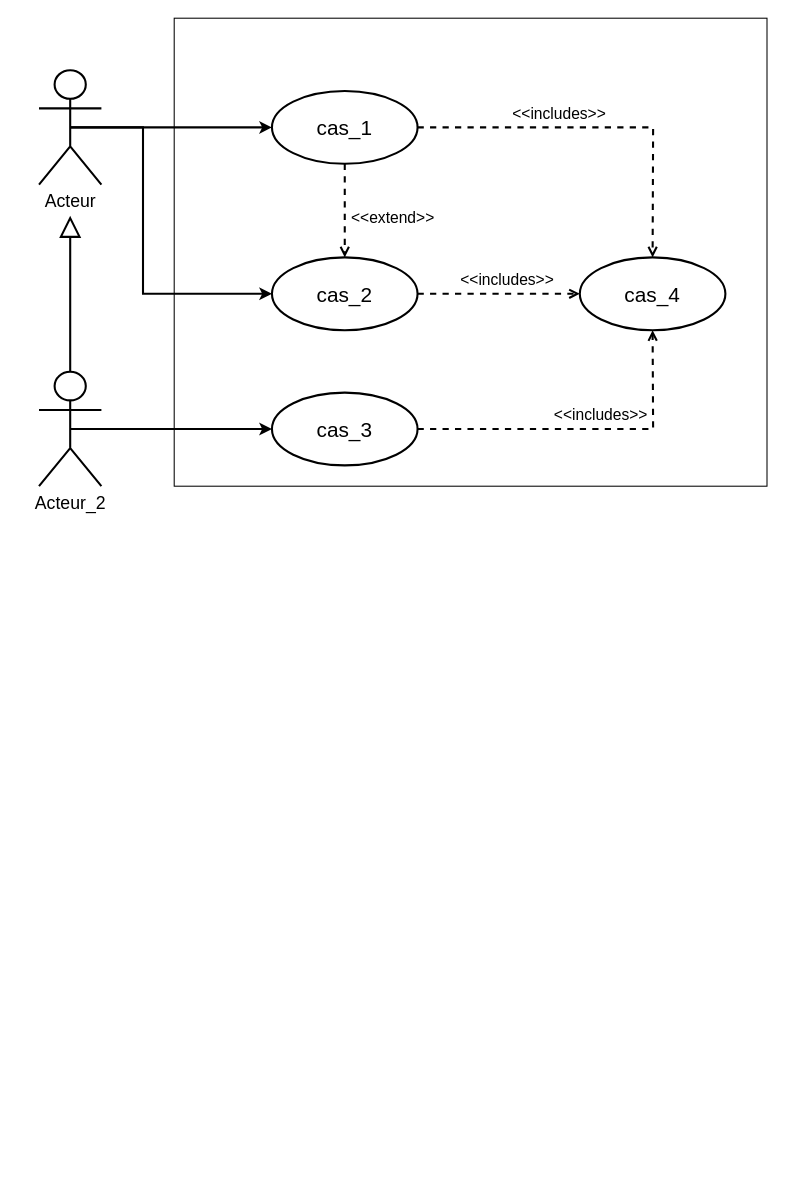
The draw.io diagram res/formalisme.drawio in Meshavegas/Fadhyl-Store, before the edit. Source tidied: cells renumbered, new cells numbered last; positions are measured from the earlier drawing's top-left corner, leaving out a move shared by most shapes. Both pictures are drawn from the tidied source at 104%, with x=0, y=0 at pixel (38, 18).
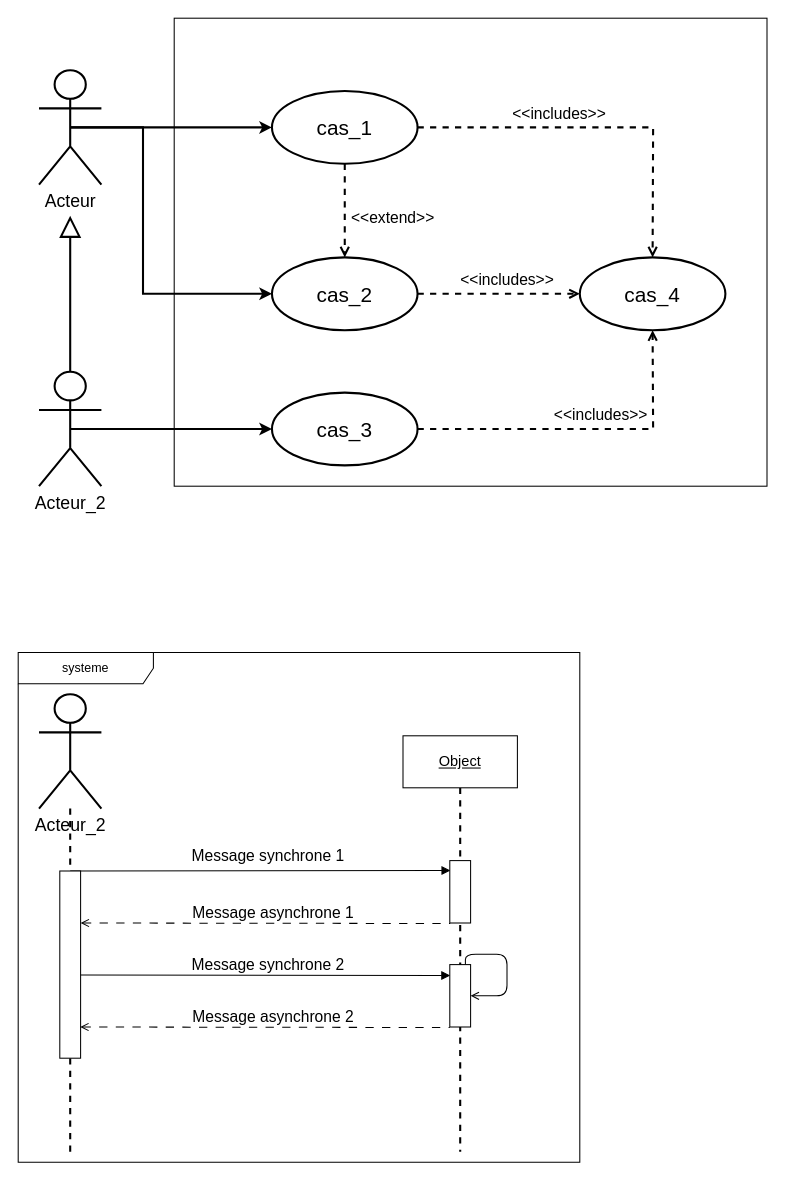
The same page after the edit.

Change to the diagram source:
```diff
@@
+    <mxCell id="21" style="edgeStyle=orthogonalEdgeStyle;rounded=0;jettySize=auto;html=1;strokeWidth=2;dashed=1;endArrow=none;endFill=0;" parent="1" edge="1" source="29">
+      <mxGeometry relative="1" as="geometry">
+        <mxPoint x="30" y="1090" as="targetPoint" />
+      </mxGeometry>
+    </mxCell>
+    <mxCell id="22" value="&lt;font style=&quot;font-size: 17px;&quot;&gt;Acteur_2&lt;/font&gt;" style="shape=umlActor;verticalLabelPosition=bottom;verticalAlign=top;html=1;strokeWidth=2;" parent="1" vertex="1">
+      <mxGeometry y="650" width="60" height="110" as="geometry" />
+    </mxCell>
+    <mxCell id="23" style="edgeStyle=orthogonalEdgeStyle;rounded=0;jettySize=auto;html=1;exitX=0.5;exitY=1;exitDx=0;exitDy=0;strokeWidth=2;dashed=1;endArrow=none;endFill=0;" parent="1" edge="1" source="24">
+      <mxGeometry relative="1" as="geometry">
+        <mxPoint x="405" y="1090" as="targetPoint" />
+      </mxGeometry>
+    </mxCell>
+    <mxCell id="24" value="&lt;font style=&quot;font-size: 14px;&quot;&gt;&lt;u&gt;Object&lt;/u&gt;&lt;/font&gt;" style="html=1;whiteSpace=wrap;" parent="1" vertex="1">
+      <mxGeometry x="350" y="690" width="110" height="50" as="geometry" />
+    </mxCell>
+    <mxCell id="25" style="endArrow=block;html=1;rounded=0;entryX=0.029;entryY=0.159;entryDx=0;entryDy=0;entryPerimeter=0;endFill=1;" parent="1" edge="1" target="26">
+      <mxGeometry relative="1" as="geometry">
+        <mxPoint x="30" y="820" as="sourcePoint" />
+      </mxGeometry>
+    </mxCell>
+    <mxCell id="26" style="rounded=0;whiteSpace=wrap;html=1;" parent="1" vertex="1">
+      <mxGeometry x="395" y="810" width="20" height="60" as="geometry" />
+    </mxCell>
+    <mxCell id="27" style="endArrow=none;html=1;rounded=0;entryX=0.029;entryY=0.159;entryDx=0;entryDy=0;entryPerimeter=0;startArrow=open;startFill=0;endFill=0;dashed=1;dashPattern=8 8;" parent="1" edge="1">
+      <mxGeometry relative="1" as="geometry">
+        <mxPoint x="40" y="870" as="sourcePoint" />
+        <mxPoint x="395.4" y="870.5" as="targetPoint" />
+      </mxGeometry>
+    </mxCell>
+    <mxCell id="28" style="edgeStyle=orthogonalEdgeStyle;rounded=0;jettySize=auto;html=1;strokeWidth=2;dashed=1;endArrow=none;endFill=0;" parent="1" edge="1" source="22" target="29">
+      <mxGeometry relative="1" as="geometry" />
+    </mxCell>
+    <mxCell id="29" style="rounded=0;whiteSpace=wrap;html=1;" parent="1" vertex="1">
+      <mxGeometry x="20" y="820" width="20" height="180" as="geometry" />
+    </mxCell>
+    <mxCell id="30" style="endArrow=block;html=1;rounded=0;entryX=0.029;entryY=0.159;entryDx=0;entryDy=0;entryPerimeter=0;endFill=1;" parent="1" edge="1">
+      <mxGeometry relative="1" as="geometry">
+        <mxPoint x="40" y="920" as="sourcePoint" />
+        <mxPoint x="395.4" y="920.5" as="targetPoint" />
+      </mxGeometry>
+    </mxCell>
+    <mxCell id="31" style="rounded=0;whiteSpace=wrap;html=1;" parent="1" vertex="1">
+      <mxGeometry x="395" y="910" width="20" height="60" as="geometry" />
+    </mxCell>
+    <mxCell id="32" style="endArrow=none;html=1;rounded=0;entryX=0.029;entryY=0.159;entryDx=0;entryDy=0;entryPerimeter=0;startArrow=open;startFill=0;endFill=0;dashed=1;dashPattern=8 8;" parent="1" edge="1">
+      <mxGeometry relative="1" as="geometry">
+        <mxPoint x="39.6" y="970" as="sourcePoint" />
+        <mxPoint x="395" y="970.5" as="targetPoint" />
+      </mxGeometry>
+    </mxCell>
+    <mxCell id="33" style="edgeStyle=orthogonalEdgeStyle;rounded=1;orthogonalLoop=1;jettySize=auto;html=1;exitX=0.75;exitY=0;exitDx=0;exitDy=0;entryX=1;entryY=0.5;entryDx=0;entryDy=0;endArrow=open;endFill=0;" parent="1" edge="1" source="31" target="31">
+      <mxGeometry relative="1" as="geometry">
+        <Array as="points">
+          <mxPoint x="410" y="900" />
+          <mxPoint x="450" y="900" />
+          <mxPoint x="450" y="940" />
+        </Array>
+      </mxGeometry>
+    </mxCell>
+    <mxCell id="34" value="&lt;font style=&quot;font-size: 15px;&quot;&gt;Message synchrone 1&lt;/font&gt;" style="text;html=1;align=center;verticalAlign=middle;strokeColor=none;fillColor=none;" parent="1" vertex="1">
+      <mxGeometry x="135" y="790" width="170" height="30" as="geometry" />
+    </mxCell>
+    <mxCell id="35" value="&lt;font style=&quot;font-size: 15px;&quot;&gt;Message asynchrone 1&lt;/font&gt;" style="text;html=1;align=center;verticalAlign=middle;strokeColor=none;fillColor=none;" parent="1" vertex="1">
+      <mxGeometry x="135" y="845" width="180" height="30" as="geometry" />
+    </mxCell>
+    <mxCell id="36" value="&lt;font style=&quot;font-size: 15px;&quot;&gt;Message synchrone 2&lt;/font&gt;" style="text;html=1;align=center;verticalAlign=middle;strokeColor=none;fillColor=none;" parent="1" vertex="1">
+      <mxGeometry x="135" y="895" width="170" height="30" as="geometry" />
+    </mxCell>
+    <mxCell id="37" value="&lt;font style=&quot;font-size: 15px;&quot;&gt;Message asynchrone 2&lt;/font&gt;" style="text;html=1;align=center;verticalAlign=middle;strokeColor=none;fillColor=none;" parent="1" vertex="1">
+      <mxGeometry x="135" y="945" width="180" height="30" as="geometry" />
+    </mxCell>
+    <mxCell id="38" value="systeme" style="shape=umlFrame;whiteSpace=wrap;html=1;width=130;height=30;" parent="1" vertex="1">
+      <mxGeometry x="-20" y="610" width="540" height="490" as="geometry" />
+    </mxCell>
```
